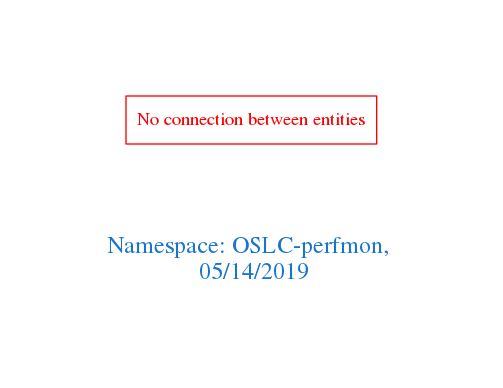
Before: downloads/OSLC-perfmon.png, a diagram exported from Graphviz (arago/OGIT). Its source is kept beside it as downloads/OSLC-perfmon.dot. Source of this version:
```dot
digraph OGIT_ontology {
 graph [ rankdir= LR,pad=1
fontsize = 18,
fontcolor= dodgerblue3,label = "\n\n\nNamespace: OSLC-perfmon, \n 05/14/2019"];
node[shape=polygon];
edge [  color="gray81"];

"No connection between entities" [fontcolor = "red",color="red", shape="polygon"]
}
```
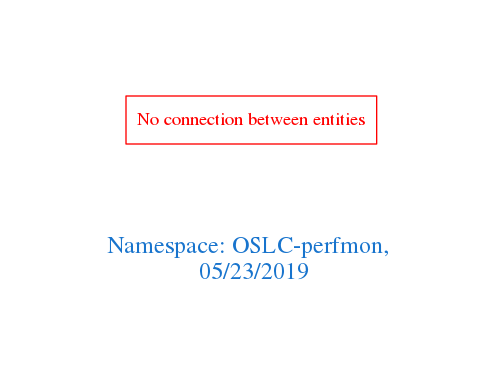
Later version of the same file.

The edit, as a diff of the source:
```diff
@@ -1,7 +1,7 @@
 digraph OGIT_ontology {
  graph [ rankdir= LR,pad=1
 fontsize = 18,
-fontcolor= dodgerblue3,label = "\n\n\nNamespace: OSLC-perfmon, \n 05/14/2019"];
+fontcolor= dodgerblue3,label = "\n\n\nNamespace: OSLC-perfmon, \n 05/23/2019"];
 node[shape=polygon];
 edge [  color="gray81"];
 
```
